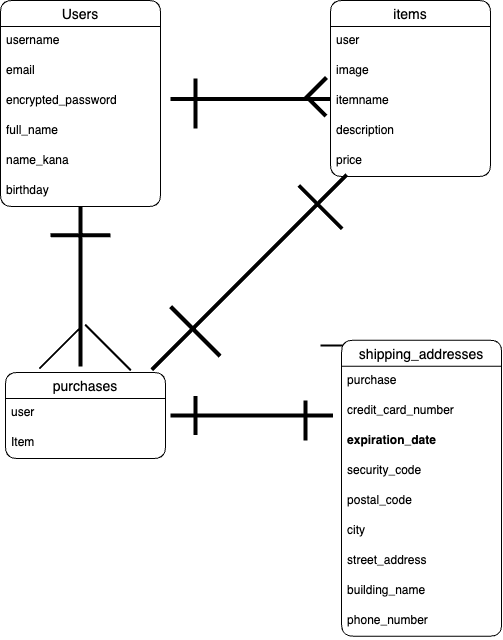
koshiro0322/furima-40532 keeps this draw.io diagram as furima.png. Above is the earlier version. Source tidied: cells renumbered, new cells last; positions are measured from the earlier drawing's top-left corner, leaving out a move shared by most shapes.
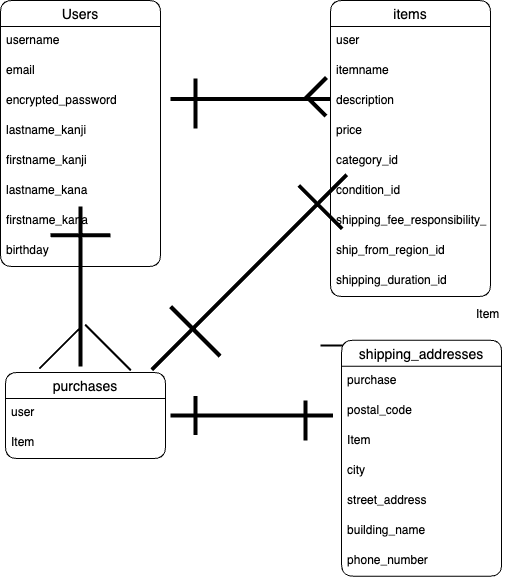
Later version of the same file.

Commit message:
データベース設計2

Diff of the diagram source:
```diff
@@ -3,7 +3,7 @@
     <mxCell id="0" />
     <mxCell id="1" parent="0" />
     <mxCell id="2" value="Users" style="swimlane;fontStyle=0;horizontal=1;startSize=26;align=center;fontSize=14;rounded=1;" parent="1" vertex="1">
-      <mxGeometry width="160" height="206" as="geometry" />
+      <mxGeometry width="160" height="266" as="geometry" />
     </mxCell>
     <mxCell id="3" value="username" style="text;strokeColor=none;fillColor=none;spacingLeft=4;spacingRight=4;overflow=hidden;fontSize=12;rounded=1;" parent="2" vertex="1">
       <mxGeometry y="26" width="160" height="30" as="geometry" />
@@ -14,33 +14,51 @@
     <mxCell id="5" value="encrypted_password" style="text;strokeColor=none;fillColor=none;spacingLeft=4;spacingRight=4;overflow=hidden;fontSize=12;rounded=1;" parent="2" vertex="1">
       <mxGeometry y="86" width="160" height="30" as="geometry" />
     </mxCell>
-    <mxCell id="6" value="full_name" style="text;strokeColor=none;fillColor=none;spacingLeft=4;spacingRight=4;overflow=hidden;fontSize=12;rounded=1;" parent="2" vertex="1">
+    <mxCell id="6" value="lastname_kanji" style="text;strokeColor=none;fillColor=none;spacingLeft=4;spacingRight=4;overflow=hidden;fontSize=12;rounded=1;" parent="2" vertex="1">
       <mxGeometry y="116" width="160" height="30" as="geometry" />
     </mxCell>
+    <mxCell id="43" value="firstname_kanji" style="text;strokeColor=none;fillColor=none;spacingLeft=4;spacingRight=4;overflow=hidden;fontSize=12;" parent="2" vertex="1">
+      <mxGeometry y="146" width="160" height="30" as="geometry" />
+    </mxCell>
-    <mxCell id="7" value="name_kana" style="text;strokeColor=none;fillColor=none;spacingLeft=4;spacingRight=4;overflow=hidden;fontSize=12;rounded=1;" parent="2" vertex="1">
-      <mxGeometry y="146" width="160" height="30" as="geometry" />
+    <mxCell id="7" value="lastname_kana" style="text;strokeColor=none;fillColor=none;spacingLeft=4;spacingRight=4;overflow=hidden;fontSize=12;rounded=1;" parent="2" vertex="1">
+      <mxGeometry y="176" width="160" height="30" as="geometry" />
     </mxCell>
+    <mxCell id="44" value="firstname_kana" style="text;strokeColor=none;fillColor=none;spacingLeft=4;spacingRight=4;overflow=hidden;fontSize=12;" parent="2" vertex="1">
+      <mxGeometry y="206" width="160" height="30" as="geometry" />
+    </mxCell>
     <mxCell id="8" value="birthday" style="text;strokeColor=none;fillColor=none;spacingLeft=4;spacingRight=4;overflow=hidden;fontSize=12;rounded=1;" parent="2" vertex="1">
-      <mxGeometry y="176" width="160" height="30" as="geometry" />
+      <mxGeometry y="236" width="160" height="30" as="geometry" />
     </mxCell>
     <mxCell id="9" value="items" style="swimlane;fontStyle=0;horizontal=1;startSize=26;align=center;fontSize=14;rounded=1;" parent="1" vertex="1">
-      <mxGeometry x="330" width="160" height="176" as="geometry" />
+      <mxGeometry x="330" width="160" height="296" as="geometry" />
     </mxCell>
     <mxCell id="10" value="user" style="text;strokeColor=none;fillColor=none;spacingLeft=4;spacingRight=4;overflow=hidden;fontSize=12;rounded=1;" parent="9" vertex="1">
       <mxGeometry y="26" width="160" height="30" as="geometry" />
     </mxCell>
-    <mxCell id="11" value="image" style="text;strokeColor=none;fillColor=none;spacingLeft=4;spacingRight=4;overflow=hidden;fontSize=12;rounded=1;" parent="9" vertex="1">
-      <mxGeometry y="56" width="160" height="30" as="geometry" />
-    </mxCell>
     <mxCell id="12" value="itemname" style="text;strokeColor=none;fillColor=none;spacingLeft=4;spacingRight=4;overflow=hidden;fontSize=12;rounded=1;" parent="9" vertex="1">
-      <mxGeometry y="86" width="160" height="30" as="geometry" />
+      <mxGeometry y="56" width="160" height="30" as="geometry" />
     </mxCell>
     <mxCell id="13" value="description" style="text;strokeColor=none;fillColor=none;spacingLeft=4;spacingRight=4;overflow=hidden;fontSize=12;rounded=1;" parent="9" vertex="1">
-      <mxGeometry y="116" width="160" height="30" as="geometry" />
+      <mxGeometry y="86" width="160" height="30" as="geometry" />
     </mxCell>
     <mxCell id="14" value="price" style="text;strokeColor=none;fillColor=none;spacingLeft=4;spacingRight=4;overflow=hidden;fontSize=12;rounded=1;" parent="9" vertex="1">
-      <mxGeometry y="146" width="160" height="30" as="geometry" />
+      <mxGeometry y="116" width="160" height="30" as="geometry" />
     </mxCell>
+    <mxCell id="11" value="category_id" style="text;strokeColor=none;fillColor=none;spacingLeft=4;spacingRight=4;overflow=hidden;fontSize=12;rounded=1;" parent="9" vertex="1">
+      <mxGeometry y="146" width="160" height="30" as="geometry" />
+    </mxCell>
+    <mxCell id="45" value="condition_id" style="text;strokeColor=none;fillColor=none;spacingLeft=4;spacingRight=4;overflow=hidden;fontSize=12;" parent="9" vertex="1">
+      <mxGeometry y="176" width="160" height="30" as="geometry" />
+    </mxCell>
+    <mxCell id="46" value="shipping_fee_responsibility_id" style="text;strokeColor=none;fillColor=none;spacingLeft=4;spacingRight=4;overflow=hidden;fontSize=12;" parent="9" vertex="1">
+      <mxGeometry y="206" width="160" height="30" as="geometry" />
+    </mxCell>
+    <mxCell id="47" value="ship_from_region_id" style="text;strokeColor=none;fillColor=none;spacingLeft=4;spacingRight=4;overflow=hidden;fontSize=12;" parent="9" vertex="1">
+      <mxGeometry y="236" width="160" height="30" as="geometry" />
+    </mxCell>
+    <mxCell id="48" value="shipping_duration_id" style="text;strokeColor=none;fillColor=none;spacingLeft=4;spacingRight=4;overflow=hidden;fontSize=12;" parent="9" vertex="1">
+      <mxGeometry y="266" width="160" height="30" as="geometry" />
+    </mxCell>
     <mxCell id="15" value="purchases" style="swimlane;fontStyle=0;horizontal=1;startSize=26;align=center;fontSize=14;rounded=1;" parent="1" vertex="1">
       <mxGeometry x="5" y="372" width="160" height="86" as="geometry" />
     </mxCell>
@@ -84,34 +102,28 @@
       <mxGeometry x="50" y="229.8" width="60" height="10" as="geometry" />
     </mxCell>
     <mxCell id="29" value="shipping_addresses" style="swimlane;fontStyle=0;horizontal=1;startSize=26;align=center;fontSize=14;rounded=1;" parent="1" vertex="1">
-      <mxGeometry x="341.1" y="339.7" width="160" height="296" as="geometry" />
+      <mxGeometry x="341.1" y="339.7" width="160" height="236" as="geometry" />
     </mxCell>
     <mxCell id="30" value="purchase" style="text;strokeColor=none;fillColor=none;spacingLeft=4;spacingRight=4;overflow=hidden;fontSize=12;rounded=1;" parent="29" vertex="1">
       <mxGeometry y="26" width="160" height="30" as="geometry" />
     </mxCell>
-    <mxCell id="31" value="credit_card_number" style="text;strokeColor=none;fillColor=none;spacingLeft=4;spacingRight=4;overflow=hidden;fontSize=12;rounded=1;" parent="29" vertex="1">
-      <mxGeometry y="56" width="160" height="30" as="geometry" />
-    </mxCell>
-    <mxCell id="32" value="expiration_date" style="text;strokeColor=none;fillColor=none;spacingLeft=4;spacingRight=4;overflow=hidden;fontSize=12;rounded=1;fontStyle=1;" parent="29" vertex="1">
-      <mxGeometry y="86" width="160" height="30" as="geometry" />
-    </mxCell>
-    <mxCell id="33" value="security_code" style="text;strokeColor=none;fillColor=none;spacingLeft=4;spacingRight=4;overflow=hidden;fontSize=12;rounded=1;" parent="29" vertex="1">
-      <mxGeometry y="116" width="160" height="30" as="geometry" />
-    </mxCell>
     <mxCell id="34" value="postal_code" style="text;strokeColor=none;fillColor=none;spacingLeft=4;spacingRight=4;overflow=hidden;fontSize=12;rounded=1;" parent="29" vertex="1">
-      <mxGeometry y="146" width="160" height="30" as="geometry" />
+      <mxGeometry y="56" width="160" height="30" as="geometry" />
     </mxCell>
+    <mxCell id="49" value="Item" style="text;strokeColor=none;fillColor=none;spacingLeft=4;spacingRight=4;overflow=hidden;fontSize=12;" parent="29" vertex="1">
+      <mxGeometry y="86" width="160" height="30" as="geometry" />
+    </mxCell>
     <mxCell id="35" value="city" style="text;strokeColor=none;fillColor=none;spacingLeft=4;spacingRight=4;overflow=hidden;fontSize=12;rounded=1;" parent="29" vertex="1">
-      <mxGeometry y="176" width="160" height="30" as="geometry" />
+      <mxGeometry y="116" width="160" height="30" as="geometry" />
     </mxCell>
     <mxCell id="36" value="street_address" style="text;strokeColor=none;fillColor=none;spacingLeft=4;spacingRight=4;overflow=hidden;fontSize=12;rounded=1;" parent="29" vertex="1">
-      <mxGeometry y="206" width="160" height="30" as="geometry" />
+      <mxGeometry y="146" width="160" height="30" as="geometry" />
     </mxCell>
     <mxCell id="37" value="building_name" style="text;strokeColor=none;fillColor=none;spacingLeft=4;spacingRight=4;overflow=hidden;fontSize=12;rounded=1;" parent="29" vertex="1">
-      <mxGeometry y="236" width="160" height="30" as="geometry" />
+      <mxGeometry y="176" width="160" height="30" as="geometry" />
     </mxCell>
     <mxCell id="38" value="phone_number" style="text;strokeColor=none;fillColor=none;spacingLeft=4;spacingRight=4;overflow=hidden;fontSize=12;rounded=1;" parent="29" vertex="1">
-      <mxGeometry y="266" width="160" height="30" as="geometry" />
+      <mxGeometry y="206" width="160" height="30" as="geometry" />
     </mxCell>
     <mxCell id="39" style="line;strokeWidth=4;direction=south;html=1;perimeter=backbonePerimeter;rounded=1;rotation=-45;" parent="1" vertex="1">
       <mxGeometry x="280" y="176" width="80" height="61.2" as="geometry" />
@@ -125,5 +137,8 @@
     <mxCell id="42" style="line;strokeWidth=2;html=1;rounded=1;rotation=-45;" parent="1" vertex="1">
       <mxGeometry x="30" y="342" width="60" height="10" as="geometry" />
     </mxCell>
+    <mxCell id="50" value="Item" style="text;strokeColor=none;fillColor=none;spacingLeft=4;spacingRight=4;overflow=hidden;fontSize=12;" parent="1" vertex="1">
+      <mxGeometry x="470" y="300" width="40" height="30" as="geometry" />
+    </mxCell>
   </root>
 </mxGraphModel>
```
